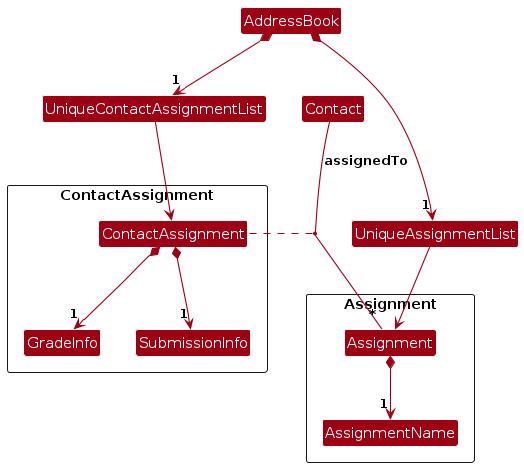
This is diagrams/ModelClassDiagramAssignments.png from AY2526S2-CS2103T-T10-1/tp, a PlantUML export, as it was before one commit. Its source is kept beside it as diagrams/ModelClassDiagramAssignments.puml. The source it was exported from:
```plantuml
@startuml
!include style.puml
skinparam arrowThickness 1.1
skinparam arrowColor MODEL_COLOR
skinparam classBackgroundColor MODEL_COLOR

Package Assignment as AssignmentPackage <<Rectangle>>{
    Class Assignment
    Class AssignmentName
}

Package ContactAssignment as ContactAssignmentPackage <<Rectangle>>{
    Class ContactAssignment
    Class GradeInfo
    Class SubmissionInfo
}

AddressBook *--> "1" UniqueAssignmentList
AddressBook *--> "1" UniqueContactAssignmentList
UniqueAssignmentList --> Assignment
UniqueContactAssignmentList --> ContactAssignment

Assignment *--> "1" AssignmentName
ContactAssignment *--> "1" SubmissionInfo
ContactAssignment *--> "1" GradeInfo
Contact  -- "*" Assignment :assignedTo
(Contact, Assignment) .. ContactAssignment
@enduml
```
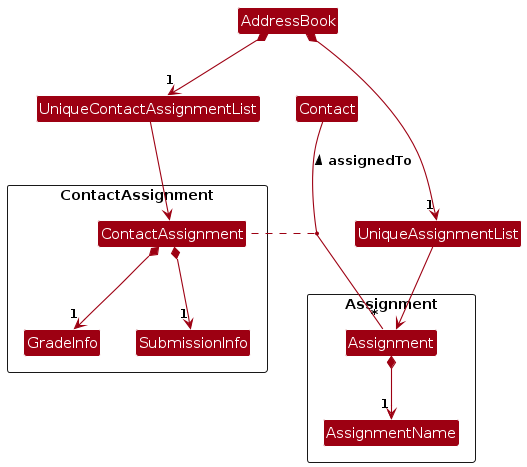
Above is the later version.

The edit, as a diff of the source:
```diff
@@ -23,6 +23,6 @@
 Assignment *--> "1" AssignmentName
 ContactAssignment *--> "1" SubmissionInfo
 ContactAssignment *--> "1" GradeInfo
-Contact  -- "*" Assignment :assignedTo
+Contact  -- "*" Assignment :assignedTo <
 (Contact, Assignment) .. ContactAssignment
 @enduml
```
